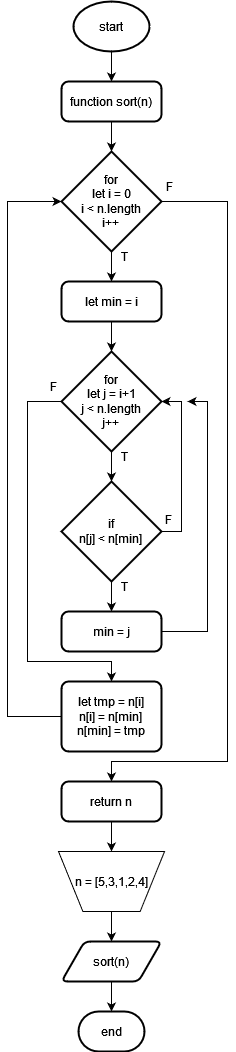
This is flowchart-diagram/selection_sort_algorithm.drawio.png from Destantomy/Dry-run-algorithm, a draw.io export, as it was before one commit. Source tidied: cells renumbered, new cells last; positions are measured from the earlier drawing's top-left corner, leaving out a move shared by most shapes. Its diagram source:
```xml
<mxGraphModel>
  <root>
    <mxCell id="0" />
    <mxCell id="1" parent="0" />
    <mxCell id="2" style="edgeStyle=orthogonalEdgeStyle;rounded=0;jettySize=auto;html=1;exitX=0.5;exitY=1;exitDx=0;exitDy=0;exitPerimeter=0;entryX=0.5;entryY=0;entryDx=0;entryDy=0;strokeColor=#000000;" parent="1" edge="1" source="3" target="4">
      <mxGeometry relative="1" as="geometry" />
    </mxCell>
    <mxCell id="3" value="start" style="strokeWidth=2;html=1;shape=mxgraph.flowchart.start_1;whiteSpace=wrap;strokeColor=#000000;" parent="1" vertex="1">
      <mxGeometry x="66" width="76" height="50" as="geometry" />
    </mxCell>
    <mxCell id="4" value="function sort(n)" style="rounded=1;whiteSpace=wrap;html=1;absoluteArcSize=1;arcSize=14;strokeWidth=2;strokeColor=#000000;" parent="1" vertex="1">
      <mxGeometry x="54" y="80" width="100" height="40" as="geometry" />
    </mxCell>
    <mxCell id="5" style="edgeStyle=orthogonalEdgeStyle;rounded=0;jettySize=auto;html=1;exitX=0.5;exitY=1;exitDx=0;exitDy=0;exitPerimeter=0;entryX=0.5;entryY=0;entryDx=0;entryDy=0;strokeColor=#000000;" parent="1" edge="1" source="7" target="8">
      <mxGeometry relative="1" as="geometry" />
    </mxCell>
    <mxCell id="6" style="edgeStyle=orthogonalEdgeStyle;rounded=0;jettySize=auto;html=1;exitX=1;exitY=0.5;exitDx=0;exitDy=0;exitPerimeter=0;entryX=0.5;entryY=0;entryDx=0;entryDy=0;strokeColor=#000000;" parent="1" edge="1" source="7" target="16">
      <mxGeometry relative="1" as="geometry">
        <Array as="points">
          <mxPoint x="220" y="200" />
          <mxPoint x="220" y="760" />
          <mxPoint x="104" y="760" />
        </Array>
      </mxGeometry>
    </mxCell>
    <mxCell id="7" value="&lt;div&gt;for&lt;/div&gt;&lt;div&gt;let i = 0&lt;/div&gt;&lt;div&gt;i &amp;lt; n.length&lt;/div&gt;&lt;div&gt;i++&lt;br&gt;&lt;/div&gt;" style="strokeWidth=2;html=1;shape=mxgraph.flowchart.decision;whiteSpace=wrap;strokeColor=#000000;" parent="1" vertex="1">
      <mxGeometry x="54" y="150" width="100" height="100" as="geometry" />
    </mxCell>
    <mxCell id="8" value="let min = i" style="rounded=1;whiteSpace=wrap;html=1;absoluteArcSize=1;arcSize=14;strokeWidth=2;strokeColor=#000000;" parent="1" vertex="1">
      <mxGeometry x="54" y="280" width="100" height="40" as="geometry" />
    </mxCell>
    <mxCell id="9" style="edgeStyle=orthogonalEdgeStyle;rounded=0;jettySize=auto;html=1;exitX=0;exitY=0.5;exitDx=0;exitDy=0;exitPerimeter=0;entryX=0.5;entryY=0;entryDx=0;entryDy=0;strokeColor=#000000;" parent="1" edge="1" source="10" target="14">
      <mxGeometry relative="1" as="geometry">
        <Array as="points">
          <mxPoint x="20" y="400" />
          <mxPoint x="20" y="660" />
          <mxPoint x="104" y="660" />
        </Array>
      </mxGeometry>
    </mxCell>
    <mxCell id="10" value="&lt;div&gt;for&lt;/div&gt;&lt;div&gt;let j = i+1&lt;/div&gt;&lt;div&gt;j &amp;lt; n.length&lt;/div&gt;&lt;div&gt;j++&lt;br&gt;&lt;/div&gt;" style="strokeWidth=2;html=1;shape=mxgraph.flowchart.decision;whiteSpace=wrap;strokeColor=#000000;" parent="1" vertex="1">
      <mxGeometry x="54" y="350" width="100" height="100" as="geometry" />
    </mxCell>
    <mxCell id="11" style="edgeStyle=orthogonalEdgeStyle;rounded=0;jettySize=auto;html=1;exitX=0.5;exitY=1;exitDx=0;exitDy=0;exitPerimeter=0;entryX=0.5;entryY=0;entryDx=0;entryDy=0;strokeColor=#000000;" parent="1" edge="1" source="12" target="13">
      <mxGeometry relative="1" as="geometry" />
    </mxCell>
    <mxCell id="12" value="&lt;div&gt;if&lt;/div&gt;&lt;div&gt;n[j] &amp;lt; n[min]&lt;br&gt;&lt;/div&gt;" style="strokeWidth=2;html=1;shape=mxgraph.flowchart.decision;whiteSpace=wrap;strokeColor=#000000;" parent="1" vertex="1">
      <mxGeometry x="54" y="480" width="100" height="100" as="geometry" />
    </mxCell>
    <mxCell id="13" value="min = j" style="rounded=1;whiteSpace=wrap;html=1;absoluteArcSize=1;arcSize=14;strokeWidth=2;strokeColor=#000000;" parent="1" vertex="1">
      <mxGeometry x="54" y="610" width="100" height="40" as="geometry" />
    </mxCell>
    <mxCell id="14" value="&lt;div&gt;let tmp = n[i]&lt;/div&gt;&lt;div&gt;n[i] = n[min]&lt;/div&gt;&lt;div&gt;n[min] = tmp&lt;br&gt;&lt;/div&gt;" style="rounded=1;whiteSpace=wrap;html=1;absoluteArcSize=1;arcSize=14;strokeWidth=2;strokeColor=#000000;" parent="1" vertex="1">
      <mxGeometry x="54" y="680" width="100" height="70" as="geometry" />
    </mxCell>
    <mxCell id="15" style="edgeStyle=orthogonalEdgeStyle;rounded=0;jettySize=auto;html=1;exitX=0.5;exitY=1;exitDx=0;exitDy=0;entryX=0.5;entryY=0;entryDx=0;entryDy=0;strokeColor=#000000;" parent="1" edge="1" source="16" target="19">
      <mxGeometry relative="1" as="geometry" />
    </mxCell>
    <mxCell id="16" value="return n" style="rounded=1;whiteSpace=wrap;html=1;absoluteArcSize=1;arcSize=14;strokeWidth=2;strokeColor=#000000;" parent="1" vertex="1">
      <mxGeometry x="54" y="780" width="100" height="40" as="geometry" />
    </mxCell>
    <mxCell id="17" value="sort(n)" style="shape=parallelogram;html=1;strokeWidth=2;perimeter=parallelogramPerimeter;whiteSpace=wrap;rounded=1;arcSize=12;size=0.23;" parent="1" vertex="1">
      <mxGeometry x="54" y="940" width="100" height="40" as="geometry" />
    </mxCell>
    <mxCell id="18" style="edgeStyle=orthogonalEdgeStyle;rounded=0;jettySize=auto;html=1;exitX=0.5;exitY=1;exitDx=0;exitDy=0;entryX=0.5;entryY=0;entryDx=0;entryDy=0;strokeColor=#000000;" parent="1" edge="1" source="19" target="17">
      <mxGeometry relative="1" as="geometry" />
    </mxCell>
    <mxCell id="19" value="n = [5,3,1,2,4]" style="verticalLabelPosition=middle;verticalAlign=middle;html=1;shape=trapezoid;perimeter=trapezoidPerimeter;whiteSpace=wrap;size=0.23;arcSize=10;flipV=1;labelPosition=center;align=center;" parent="1" vertex="1">
      <mxGeometry x="51" y="850" width="106" height="60" as="geometry" />
    </mxCell>
    <mxCell id="20" value="end" style="strokeWidth=2;html=1;shape=mxgraph.flowchart.terminator;whiteSpace=wrap;" parent="1" vertex="1">
      <mxGeometry x="71" y="1010" width="66" height="40" as="geometry" />
    </mxCell>
    <mxCell id="21" style="edgeStyle=orthogonalEdgeStyle;rounded=0;jettySize=auto;html=1;exitX=0.5;exitY=1;exitDx=0;exitDy=0;entryX=0.5;entryY=0;entryDx=0;entryDy=0;entryPerimeter=0;strokeColor=#000000;" parent="1" edge="1" source="4" target="7">
      <mxGeometry relative="1" as="geometry" />
    </mxCell>
    <mxCell id="22" style="edgeStyle=orthogonalEdgeStyle;rounded=0;jettySize=auto;html=1;exitX=0.5;exitY=1;exitDx=0;exitDy=0;entryX=0.5;entryY=0;entryDx=0;entryDy=0;entryPerimeter=0;strokeColor=#000000;" parent="1" edge="1" source="8" target="10">
      <mxGeometry relative="1" as="geometry" />
    </mxCell>
    <mxCell id="23" style="edgeStyle=orthogonalEdgeStyle;rounded=0;jettySize=auto;html=1;exitX=0.5;exitY=1;exitDx=0;exitDy=0;exitPerimeter=0;entryX=0.5;entryY=0;entryDx=0;entryDy=0;entryPerimeter=0;strokeColor=#000000;" parent="1" edge="1" source="10" target="12">
      <mxGeometry relative="1" as="geometry" />
    </mxCell>
    <mxCell id="24" style="edgeStyle=orthogonalEdgeStyle;rounded=0;jettySize=auto;html=1;exitX=1;exitY=0.5;exitDx=0;exitDy=0;exitPerimeter=0;entryX=1;entryY=0.5;entryDx=0;entryDy=0;entryPerimeter=0;strokeColor=#000000;" parent="1" edge="1" source="12" target="10">
      <mxGeometry relative="1" as="geometry" />
    </mxCell>
    <mxCell id="25" style="edgeStyle=orthogonalEdgeStyle;rounded=0;jettySize=auto;html=1;exitX=1;exitY=0.5;exitDx=0;exitDy=0;" parent="1" edge="1" source="13">
      <mxGeometry relative="1" as="geometry">
        <mxPoint x="180" y="400" as="targetPoint" />
        <Array as="points">
          <mxPoint x="200" y="630" />
          <mxPoint x="200" y="400" />
        </Array>
      </mxGeometry>
    </mxCell>
    <mxCell id="26" style="edgeStyle=orthogonalEdgeStyle;rounded=0;jettySize=auto;html=1;exitX=0;exitY=0.5;exitDx=0;exitDy=0;entryX=0;entryY=0.5;entryDx=0;entryDy=0;entryPerimeter=0;strokeColor=#000000;" parent="1" edge="1" source="14" target="7">
      <mxGeometry relative="1" as="geometry">
        <Array as="points">
          <mxPoint y="715" />
          <mxPoint y="200" />
        </Array>
      </mxGeometry>
    </mxCell>
    <mxCell id="27" style="edgeStyle=orthogonalEdgeStyle;rounded=0;jettySize=auto;html=1;exitX=0.5;exitY=1;exitDx=0;exitDy=0;entryX=0.5;entryY=0;entryDx=0;entryDy=0;entryPerimeter=0;strokeColor=#000000;" parent="1" edge="1" source="17" target="20">
      <mxGeometry relative="1" as="geometry" />
    </mxCell>
    <mxCell id="28" value="T" style="text;html=1;align=center;verticalAlign=middle;whiteSpace=wrap;rounded=0;" parent="1" vertex="1">
      <mxGeometry x="97" y="240" width="40" height="30" as="geometry" />
    </mxCell>
    <mxCell id="29" value="T" style="text;html=1;align=center;verticalAlign=middle;whiteSpace=wrap;rounded=0;" parent="1" vertex="1">
      <mxGeometry x="97" y="440" width="40" height="30" as="geometry" />
    </mxCell>
    <mxCell id="30" value="T" style="text;html=1;align=center;verticalAlign=middle;whiteSpace=wrap;rounded=0;" parent="1" vertex="1">
      <mxGeometry x="97" y="570" width="40" height="30" as="geometry" />
    </mxCell>
    <mxCell id="31" value="F" style="text;html=1;align=center;verticalAlign=middle;whiteSpace=wrap;rounded=0;" parent="1" vertex="1">
      <mxGeometry x="141" y="503" width="40" height="30" as="geometry" />
    </mxCell>
    <mxCell id="32" value="F" style="text;html=1;align=center;verticalAlign=middle;whiteSpace=wrap;rounded=0;" parent="1" vertex="1">
      <mxGeometry x="26" y="370" width="40" height="30" as="geometry" />
    </mxCell>
    <mxCell id="33" value="F" style="text;html=1;align=center;verticalAlign=middle;whiteSpace=wrap;rounded=0;" parent="1" vertex="1">
      <mxGeometry x="142" y="170" width="40" height="30" as="geometry" />
    </mxCell>
  </root>
</mxGraphModel>
```
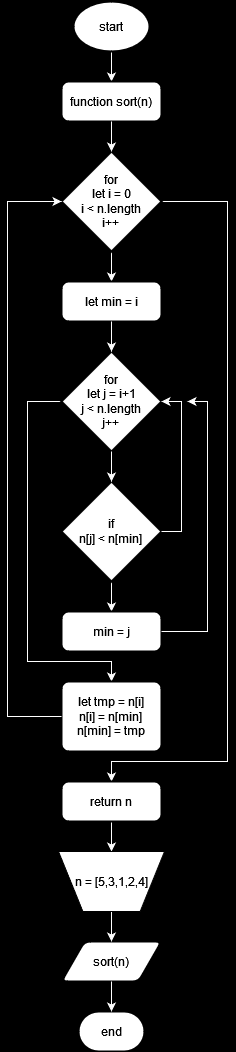
After the commit.

The edit, as a diff of the source:
```diff
@@ -1,8 +1,8 @@
-<mxGraphModel>
+<mxGraphModel background="#000000">
   <root>
     <mxCell id="0" />
     <mxCell id="1" parent="0" />
-    <mxCell id="2" style="edgeStyle=orthogonalEdgeStyle;rounded=0;jettySize=auto;html=1;exitX=0.5;exitY=1;exitDx=0;exitDy=0;exitPerimeter=0;entryX=0.5;entryY=0;entryDx=0;entryDy=0;strokeColor=#000000;" parent="1" edge="1" source="3" target="4">
+    <mxCell id="2" style="edgeStyle=orthogonalEdgeStyle;rounded=0;jettySize=auto;html=1;exitX=0.5;exitY=1;exitDx=0;exitDy=0;exitPerimeter=0;entryX=0.5;entryY=0;entryDx=0;entryDy=0;strokeColor=#FFFFFF;" parent="1" edge="1" source="3" target="4">
       <mxGeometry relative="1" as="geometry" />
     </mxCell>
     <mxCell id="3" value="start" style="strokeWidth=2;html=1;shape=mxgraph.flowchart.start_1;whiteSpace=wrap;strokeColor=#000000;" parent="1" vertex="1">
@@ -11,10 +11,10 @@
     <mxCell id="4" value="function sort(n)" style="rounded=1;whiteSpace=wrap;html=1;absoluteArcSize=1;arcSize=14;strokeWidth=2;strokeColor=#000000;" parent="1" vertex="1">
       <mxGeometry x="54" y="80" width="100" height="40" as="geometry" />
     </mxCell>
-    <mxCell id="5" style="edgeStyle=orthogonalEdgeStyle;rounded=0;jettySize=auto;html=1;exitX=0.5;exitY=1;exitDx=0;exitDy=0;exitPerimeter=0;entryX=0.5;entryY=0;entryDx=0;entryDy=0;strokeColor=#000000;" parent="1" edge="1" source="7" target="8">
+    <mxCell id="5" style="edgeStyle=orthogonalEdgeStyle;rounded=0;jettySize=auto;html=1;exitX=0.5;exitY=1;exitDx=0;exitDy=0;exitPerimeter=0;entryX=0.5;entryY=0;entryDx=0;entryDy=0;strokeColor=#FFFFFF;" parent="1" edge="1" source="7" target="8">
       <mxGeometry relative="1" as="geometry" />
     </mxCell>
-    <mxCell id="6" style="edgeStyle=orthogonalEdgeStyle;rounded=0;jettySize=auto;html=1;exitX=1;exitY=0.5;exitDx=0;exitDy=0;exitPerimeter=0;entryX=0.5;entryY=0;entryDx=0;entryDy=0;strokeColor=#000000;" parent="1" edge="1" source="7" target="16">
+    <mxCell id="6" style="edgeStyle=orthogonalEdgeStyle;rounded=0;jettySize=auto;html=1;exitX=1;exitY=0.5;exitDx=0;exitDy=0;exitPerimeter=0;entryX=0.5;entryY=0;entryDx=0;entryDy=0;strokeColor=#FFFFFF;" parent="1" edge="1" source="7" target="16">
       <mxGeometry relative="1" as="geometry">
         <Array as="points">
           <mxPoint x="220" y="200" />
@@ -29,7 +29,7 @@
     <mxCell id="8" value="let min = i" style="rounded=1;whiteSpace=wrap;html=1;absoluteArcSize=1;arcSize=14;strokeWidth=2;strokeColor=#000000;" parent="1" vertex="1">
       <mxGeometry x="54" y="280" width="100" height="40" as="geometry" />
     </mxCell>
-    <mxCell id="9" style="edgeStyle=orthogonalEdgeStyle;rounded=0;jettySize=auto;html=1;exitX=0;exitY=0.5;exitDx=0;exitDy=0;exitPerimeter=0;entryX=0.5;entryY=0;entryDx=0;entryDy=0;strokeColor=#000000;" parent="1" edge="1" source="10" target="14">
+    <mxCell id="9" style="edgeStyle=orthogonalEdgeStyle;rounded=0;jettySize=auto;html=1;exitX=0;exitY=0.5;exitDx=0;exitDy=0;exitPerimeter=0;entryX=0.5;entryY=0;entryDx=0;entryDy=0;strokeColor=#FFFFFF;" parent="1" edge="1" source="10" target="14">
       <mxGeometry relative="1" as="geometry">
         <Array as="points">
           <mxPoint x="20" y="400" />
@@ -41,7 +41,7 @@
     <mxCell id="10" value="&lt;div&gt;for&lt;/div&gt;&lt;div&gt;let j = i+1&lt;/div&gt;&lt;div&gt;j &amp;lt; n.length&lt;/div&gt;&lt;div&gt;j++&lt;br&gt;&lt;/div&gt;" style="strokeWidth=2;html=1;shape=mxgraph.flowchart.decision;whiteSpace=wrap;strokeColor=#000000;" parent="1" vertex="1">
       <mxGeometry x="54" y="350" width="100" height="100" as="geometry" />
     </mxCell>
-    <mxCell id="11" style="edgeStyle=orthogonalEdgeStyle;rounded=0;jettySize=auto;html=1;exitX=0.5;exitY=1;exitDx=0;exitDy=0;exitPerimeter=0;entryX=0.5;entryY=0;entryDx=0;entryDy=0;strokeColor=#000000;" parent="1" edge="1" source="12" target="13">
+    <mxCell id="11" style="edgeStyle=orthogonalEdgeStyle;rounded=0;jettySize=auto;html=1;exitX=0.5;exitY=1;exitDx=0;exitDy=0;exitPerimeter=0;entryX=0.5;entryY=0;entryDx=0;entryDy=0;strokeColor=#FFFFFF;" parent="1" edge="1" source="12" target="13">
       <mxGeometry relative="1" as="geometry" />
     </mxCell>
     <mxCell id="12" value="&lt;div&gt;if&lt;/div&gt;&lt;div&gt;n[j] &amp;lt; n[min]&lt;br&gt;&lt;/div&gt;" style="strokeWidth=2;html=1;shape=mxgraph.flowchart.decision;whiteSpace=wrap;strokeColor=#000000;" parent="1" vertex="1">
@@ -53,7 +53,7 @@
     <mxCell id="14" value="&lt;div&gt;let tmp = n[i]&lt;/div&gt;&lt;div&gt;n[i] = n[min]&lt;/div&gt;&lt;div&gt;n[min] = tmp&lt;br&gt;&lt;/div&gt;" style="rounded=1;whiteSpace=wrap;html=1;absoluteArcSize=1;arcSize=14;strokeWidth=2;strokeColor=#000000;" parent="1" vertex="1">
       <mxGeometry x="54" y="680" width="100" height="70" as="geometry" />
     </mxCell>
-    <mxCell id="15" style="edgeStyle=orthogonalEdgeStyle;rounded=0;jettySize=auto;html=1;exitX=0.5;exitY=1;exitDx=0;exitDy=0;entryX=0.5;entryY=0;entryDx=0;entryDy=0;strokeColor=#000000;" parent="1" edge="1" source="16" target="19">
+    <mxCell id="15" style="edgeStyle=orthogonalEdgeStyle;rounded=0;jettySize=auto;html=1;exitX=0.5;exitY=1;exitDx=0;exitDy=0;entryX=0.5;entryY=0;entryDx=0;entryDy=0;strokeColor=#FFFFFF;" parent="1" edge="1" source="16" target="19">
       <mxGeometry relative="1" as="geometry" />
     </mxCell>
     <mxCell id="16" value="return n" style="rounded=1;whiteSpace=wrap;html=1;absoluteArcSize=1;arcSize=14;strokeWidth=2;strokeColor=#000000;" parent="1" vertex="1">
@@ -62,7 +62,7 @@
     <mxCell id="17" value="sort(n)" style="shape=parallelogram;html=1;strokeWidth=2;perimeter=parallelogramPerimeter;whiteSpace=wrap;rounded=1;arcSize=12;size=0.23;" parent="1" vertex="1">
       <mxGeometry x="54" y="940" width="100" height="40" as="geometry" />
     </mxCell>
-    <mxCell id="18" style="edgeStyle=orthogonalEdgeStyle;rounded=0;jettySize=auto;html=1;exitX=0.5;exitY=1;exitDx=0;exitDy=0;entryX=0.5;entryY=0;entryDx=0;entryDy=0;strokeColor=#000000;" parent="1" edge="1" source="19" target="17">
+    <mxCell id="18" style="edgeStyle=orthogonalEdgeStyle;rounded=0;jettySize=auto;html=1;exitX=0.5;exitY=1;exitDx=0;exitDy=0;entryX=0.5;entryY=0;entryDx=0;entryDy=0;strokeColor=#FFFFFF;" parent="1" edge="1" source="19" target="17">
       <mxGeometry relative="1" as="geometry" />
     </mxCell>
     <mxCell id="19" value="n = [5,3,1,2,4]" style="verticalLabelPosition=middle;verticalAlign=middle;html=1;shape=trapezoid;perimeter=trapezoidPerimeter;whiteSpace=wrap;size=0.23;arcSize=10;flipV=1;labelPosition=center;align=center;" parent="1" vertex="1">
@@ -71,19 +71,19 @@
     <mxCell id="20" value="end" style="strokeWidth=2;html=1;shape=mxgraph.flowchart.terminator;whiteSpace=wrap;" parent="1" vertex="1">
       <mxGeometry x="71" y="1010" width="66" height="40" as="geometry" />
     </mxCell>
-    <mxCell id="21" style="edgeStyle=orthogonalEdgeStyle;rounded=0;jettySize=auto;html=1;exitX=0.5;exitY=1;exitDx=0;exitDy=0;entryX=0.5;entryY=0;entryDx=0;entryDy=0;entryPerimeter=0;strokeColor=#000000;" parent="1" edge="1" source="4" target="7">
+    <mxCell id="21" style="edgeStyle=orthogonalEdgeStyle;rounded=0;jettySize=auto;html=1;exitX=0.5;exitY=1;exitDx=0;exitDy=0;entryX=0.5;entryY=0;entryDx=0;entryDy=0;entryPerimeter=0;strokeColor=#FFFFFF;" parent="1" edge="1" source="4" target="7">
       <mxGeometry relative="1" as="geometry" />
     </mxCell>
-    <mxCell id="22" style="edgeStyle=orthogonalEdgeStyle;rounded=0;jettySize=auto;html=1;exitX=0.5;exitY=1;exitDx=0;exitDy=0;entryX=0.5;entryY=0;entryDx=0;entryDy=0;entryPerimeter=0;strokeColor=#000000;" parent="1" edge="1" source="8" target="10">
+    <mxCell id="22" style="edgeStyle=orthogonalEdgeStyle;rounded=0;jettySize=auto;html=1;exitX=0.5;exitY=1;exitDx=0;exitDy=0;entryX=0.5;entryY=0;entryDx=0;entryDy=0;entryPerimeter=0;strokeColor=#FFFFFF;" parent="1" edge="1" source="8" target="10">
       <mxGeometry relative="1" as="geometry" />
     </mxCell>
-    <mxCell id="23" style="edgeStyle=orthogonalEdgeStyle;rounded=0;jettySize=auto;html=1;exitX=0.5;exitY=1;exitDx=0;exitDy=0;exitPerimeter=0;entryX=0.5;entryY=0;entryDx=0;entryDy=0;entryPerimeter=0;strokeColor=#000000;" parent="1" edge="1" source="10" target="12">
+    <mxCell id="23" style="edgeStyle=orthogonalEdgeStyle;rounded=0;jettySize=auto;html=1;exitX=0.5;exitY=1;exitDx=0;exitDy=0;exitPerimeter=0;entryX=0.5;entryY=0;entryDx=0;entryDy=0;entryPerimeter=0;strokeColor=#FFFFFF;" parent="1" edge="1" source="10" target="12">
       <mxGeometry relative="1" as="geometry" />
     </mxCell>
-    <mxCell id="24" style="edgeStyle=orthogonalEdgeStyle;rounded=0;jettySize=auto;html=1;exitX=1;exitY=0.5;exitDx=0;exitDy=0;exitPerimeter=0;entryX=1;entryY=0.5;entryDx=0;entryDy=0;entryPerimeter=0;strokeColor=#000000;" parent="1" edge="1" source="12" target="10">
+    <mxCell id="24" style="edgeStyle=orthogonalEdgeStyle;rounded=0;jettySize=auto;html=1;exitX=1;exitY=0.5;exitDx=0;exitDy=0;exitPerimeter=0;entryX=1;entryY=0.5;entryDx=0;entryDy=0;entryPerimeter=0;strokeColor=#FFFFFF;" parent="1" edge="1" source="12" target="10">
       <mxGeometry relative="1" as="geometry" />
     </mxCell>
-    <mxCell id="25" style="edgeStyle=orthogonalEdgeStyle;rounded=0;jettySize=auto;html=1;exitX=1;exitY=0.5;exitDx=0;exitDy=0;" parent="1" edge="1" source="13">
+    <mxCell id="25" style="edgeStyle=orthogonalEdgeStyle;rounded=0;jettySize=auto;html=1;exitX=1;exitY=0.5;exitDx=0;exitDy=0;strokeColor=#FFFFFF;" parent="1" edge="1" source="13">
       <mxGeometry relative="1" as="geometry">
         <mxPoint x="180" y="400" as="targetPoint" />
         <Array as="points">
@@ -92,7 +92,7 @@
         </Array>
       </mxGeometry>
     </mxCell>
-    <mxCell id="26" style="edgeStyle=orthogonalEdgeStyle;rounded=0;jettySize=auto;html=1;exitX=0;exitY=0.5;exitDx=0;exitDy=0;entryX=0;entryY=0.5;entryDx=0;entryDy=0;entryPerimeter=0;strokeColor=#000000;" parent="1" edge="1" source="14" target="7">
+    <mxCell id="26" style="edgeStyle=orthogonalEdgeStyle;rounded=0;jettySize=auto;html=1;exitX=0;exitY=0.5;exitDx=0;exitDy=0;entryX=0;entryY=0.5;entryDx=0;entryDy=0;entryPerimeter=0;strokeColor=#FFFFFF;" parent="1" edge="1" source="14" target="7">
       <mxGeometry relative="1" as="geometry">
         <Array as="points">
           <mxPoint y="715" />
@@ -100,7 +100,7 @@
         </Array>
       </mxGeometry>
     </mxCell>
-    <mxCell id="27" style="edgeStyle=orthogonalEdgeStyle;rounded=0;jettySize=auto;html=1;exitX=0.5;exitY=1;exitDx=0;exitDy=0;entryX=0.5;entryY=0;entryDx=0;entryDy=0;entryPerimeter=0;strokeColor=#000000;" parent="1" edge="1" source="17" target="20">
+    <mxCell id="27" style="edgeStyle=orthogonalEdgeStyle;rounded=0;jettySize=auto;html=1;exitX=0.5;exitY=1;exitDx=0;exitDy=0;entryX=0.5;entryY=0;entryDx=0;entryDy=0;entryPerimeter=0;strokeColor=#FFFFFF;" parent="1" edge="1" source="17" target="20">
       <mxGeometry relative="1" as="geometry" />
     </mxCell>
     <mxCell id="28" value="T" style="text;html=1;align=center;verticalAlign=middle;whiteSpace=wrap;rounded=0;" parent="1" vertex="1">
```
